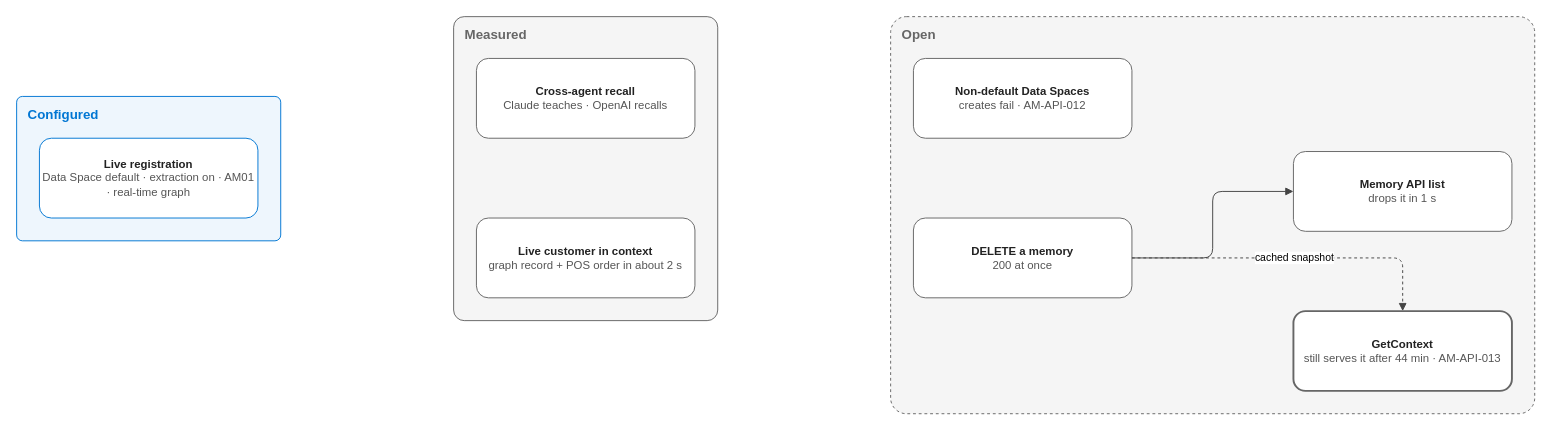
Above: docs/diagrams/memory-limits.drawio in congmingwudi/a2a-lab (draw.io), before the change. Source tidied: cells renumbered, new cells numbered last; positions are measured from the earlier drawing's top-left corner, leaving out a move shared by most shapes. Both pictures are drawn from the tidied source at 95%, with x=0, y=0 at pixel (16, 16).
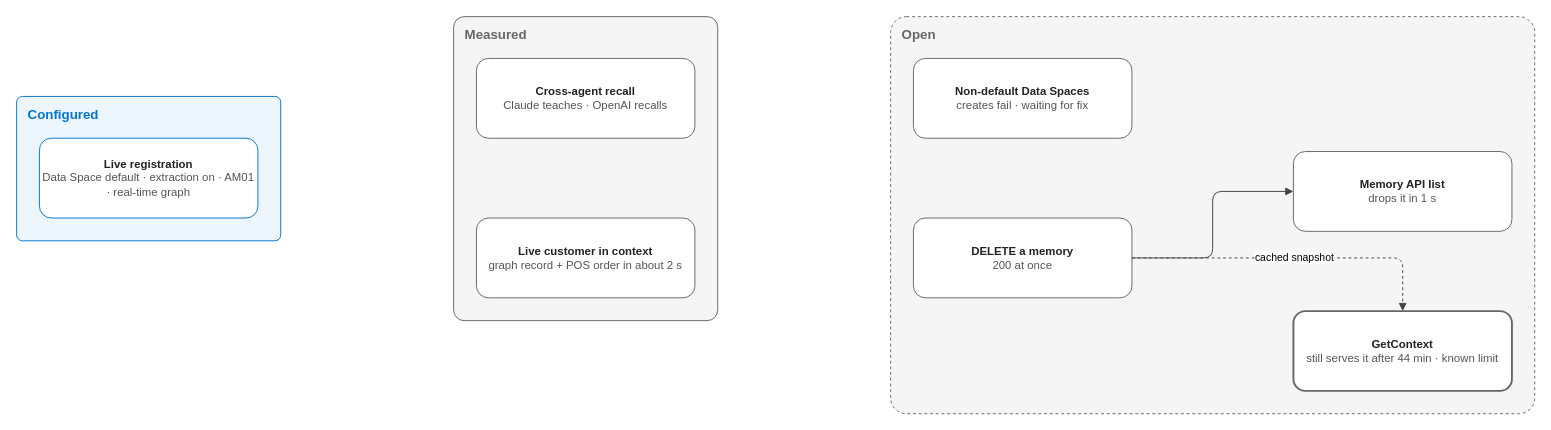
After the change.

Change to the diagram source:
```diff
@@
 <mxGraphModel>
   <root>
     <mxCell id="0" />
     <mxCell id="1" parent="0" />
     <mxCell id="2" value="Configured" style="rounded=1;arcSize=4;whiteSpace=wrap;html=1;verticalAlign=top;align=left;spacingLeft=10;spacingTop=4;fontStyle=1;fontSize=14;fontFamily=Helvetica;fontColor=#0176D3;strokeColor=#0176D3;fillColor=#EEF6FD;" parent="1" vertex="1">
       <mxGeometry y="84" width="278" height="152" as="geometry" />
     </mxCell>
     <mxCell id="3" value="Measured" style="rounded=1;arcSize=4;whiteSpace=wrap;html=1;verticalAlign=top;align=left;spacingLeft=10;spacingTop=4;fontStyle=1;fontSize=14;fontFamily=Helvetica;fontColor=#666666;strokeColor=#666666;fillColor=#F5F5F5;" parent="1" vertex="1">
       <mxGeometry x="460" width="278" height="320" as="geometry" />
     </mxCell>
     <mxCell id="4" value="Open" style="rounded=1;arcSize=4;whiteSpace=wrap;html=1;verticalAlign=top;align=left;spacingLeft=10;spacingTop=4;fontStyle=1;fontSize=14;fontFamily=Helvetica;fontColor=#666666;strokeColor=#666666;fillColor=#F5F5F5;dashed=1;" parent="1" vertex="1">
       <mxGeometry x="920" width="678" height="418" as="geometry" />
     </mxCell>
     <mxCell id="5" value="&lt;b&gt;Live registration&lt;/b&gt;&lt;br&gt;&lt;font color=&quot;#555555&quot;&gt;Data Space default · extraction on · AM01 · real-time graph&lt;/font&gt;" style="rounded=1;whiteSpace=wrap;html=1;fillColor=#FFFFFF;strokeColor=#0176D3;fontSize=12;fontFamily=Helvetica;fontColor=#222222;" parent="1" vertex="1">
       <mxGeometry x="24" y="128" width="230" height="84" as="geometry" />
     </mxCell>
     <mxCell id="6" value="&lt;b&gt;Cross-agent recall&lt;/b&gt;&lt;br&gt;&lt;font color=&quot;#555555&quot;&gt;Claude teaches · OpenAI recalls&lt;/font&gt;" style="rounded=1;whiteSpace=wrap;html=1;fillColor=#FFFFFF;strokeColor=#666666;fontSize=12;fontFamily=Helvetica;fontColor=#222222;" parent="1" vertex="1">
       <mxGeometry x="484" y="44" width="230" height="84" as="geometry" />
     </mxCell>
     <mxCell id="7" value="&lt;b&gt;Live customer in context&lt;/b&gt;&lt;br&gt;&lt;font color=&quot;#555555&quot;&gt;graph record + POS order in about 2 s&lt;/font&gt;" style="rounded=1;whiteSpace=wrap;html=1;fillColor=#FFFFFF;strokeColor=#666666;fontSize=12;fontFamily=Helvetica;fontColor=#222222;" parent="1" vertex="1">
       <mxGeometry x="484" y="212" width="230" height="84" as="geometry" />
     </mxCell>
-    <mxCell id="8" value="&lt;b&gt;Non-default Data Spaces&lt;/b&gt;&lt;br&gt;&lt;font color=&quot;#555555&quot;&gt;creates fail · AM-API-012&lt;/font&gt;" style="rounded=1;whiteSpace=wrap;html=1;fillColor=#FFFFFF;strokeColor=#666666;fontSize=12;fontFamily=Helvetica;fontColor=#222222;" parent="1" vertex="1">
+    <mxCell id="8" value="&lt;b&gt;Non-default Data Spaces&lt;/b&gt;&lt;br&gt;&lt;font color=&quot;#555555&quot;&gt;creates fail · waiting for fix&lt;/font&gt;" style="rounded=1;whiteSpace=wrap;html=1;fillColor=#FFFFFF;strokeColor=#666666;fontSize=12;fontFamily=Helvetica;fontColor=#222222;" parent="1" vertex="1">
       <mxGeometry x="944" y="44" width="230" height="84" as="geometry" />
     </mxCell>
     <mxCell id="9" value="&lt;b&gt;DELETE a memory&lt;/b&gt;&lt;br&gt;&lt;font color=&quot;#555555&quot;&gt;200 at once&lt;/font&gt;" style="rounded=1;whiteSpace=wrap;html=1;fillColor=#FFFFFF;strokeColor=#666666;fontSize=12;fontFamily=Helvetica;fontColor=#222222;" parent="1" vertex="1">
       <mxGeometry x="944" y="212" width="230" height="84" as="geometry" />
     </mxCell>
     <mxCell id="10" value="&lt;b&gt;Memory API list&lt;/b&gt;&lt;br&gt;&lt;font color=&quot;#555555&quot;&gt;drops it in 1 s&lt;/font&gt;" style="rounded=1;whiteSpace=wrap;html=1;fillColor=#FFFFFF;strokeColor=#666666;fontSize=12;fontFamily=Helvetica;fontColor=#222222;" parent="1" vertex="1">
       <mxGeometry x="1344" y="142" width="230" height="84" as="geometry" />
     </mxCell>
-    <mxCell id="11" value="&lt;b&gt;GetContext&lt;/b&gt;&lt;br&gt;&lt;font color=&quot;#555555&quot;&gt;still serves it after 44 min · AM-API-013&lt;/font&gt;" style="rounded=1;whiteSpace=wrap;html=1;fillColor=#FFFFFF;strokeColor=#666666;strokeWidth=2;fontSize=12;fontFamily=Helvetica;fontColor=#222222;" parent="1" vertex="1">
+    <mxCell id="11" value="&lt;b&gt;GetContext&lt;/b&gt;&lt;br&gt;&lt;font color=&quot;#555555&quot;&gt;still serves it after 44 min · known limit&lt;/font&gt;" style="rounded=1;whiteSpace=wrap;html=1;fillColor=#FFFFFF;strokeColor=#666666;strokeWidth=2;fontSize=12;fontFamily=Helvetica;fontColor=#222222;" parent="1" vertex="1">
       <mxGeometry x="1344" y="310" width="230" height="84" as="geometry" />
     </mxCell>
     <mxCell id="12" style="edgeStyle=orthogonalEdgeStyle;rounded=1;html=1;strokeColor=#444444;endArrow=block;endFill=1;fontSize=11;labelBackgroundColor=#FFFFFF;" parent="1" edge="1" source="9" target="10">
       <mxGeometry relative="1" as="geometry" />
     </mxCell>
     <mxCell id="13" value="cached snapshot" style="edgeStyle=orthogonalEdgeStyle;rounded=1;html=1;strokeColor=#444444;endArrow=block;endFill=1;fontSize=11;labelBackgroundColor=#FFFFFF;dashed=1;" parent="1" edge="1" source="9" target="11">
       <mxGeometry relative="1" as="geometry" />
     </mxCell>
   </root>
 </mxGraphModel>
```
